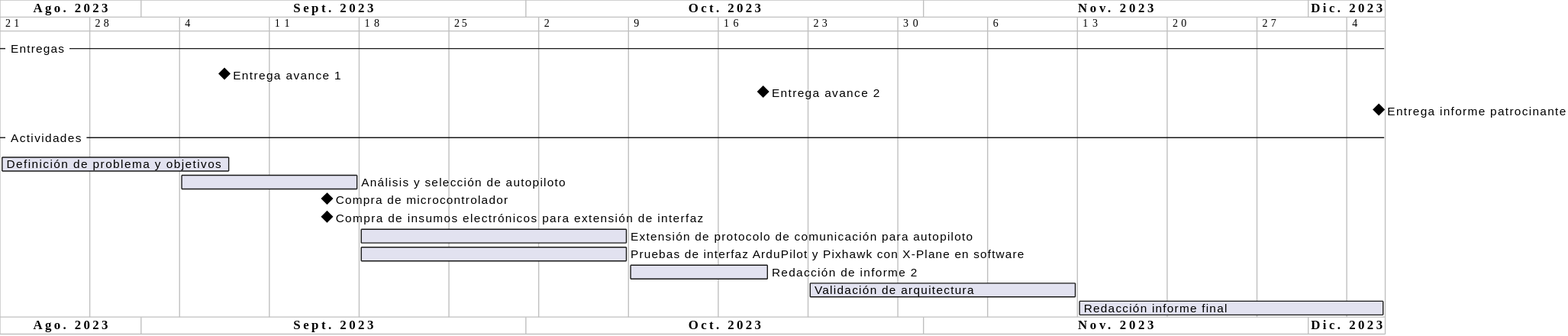
The PlantUML diagram img/gantt.svg in qgerman2/mt, before a commit. The source it was exported from:
```plantuml
@startgantt
Project starts 2023-08-21
language es
printscale weekly with calendar date zoom 3

-- Entregas --
[Entrega avance 1] happens at 2023-09-07
[Entrega avance 2] happens at 2023-10-19
[Entrega informe patrocinante] happens at 2023-12-06

-- Actividades --
[Definición de problema y objetivos] starts at D+0 and ends 2023-09-07
[Análisis y selección de autopiloto] starts at D+14 and lasts 2 weeks
[Compra de microcontrolador] happens at 2023-09-15
[Compra de insumos electrónicos para extensión de interfaz] happens at 2023-09-15
[Extensión de protocolo de comunicación para autopiloto] starts at D+28 and lasts 3 weeks
[Pruebas de interfaz ArduPilot y Pixhawk con X-Plane en software] starts at D+28 and lasts 3 weeks
[Redacción de informe 2] starts at 2023-10-09 and ends 2023-10-19
[Validación de arquitectura] starts at 2023-10-23 and lasts 3 weeks
[Redacción informe final] starts at 2023-11-13 and ends 2023-12-06

@endgantt
```
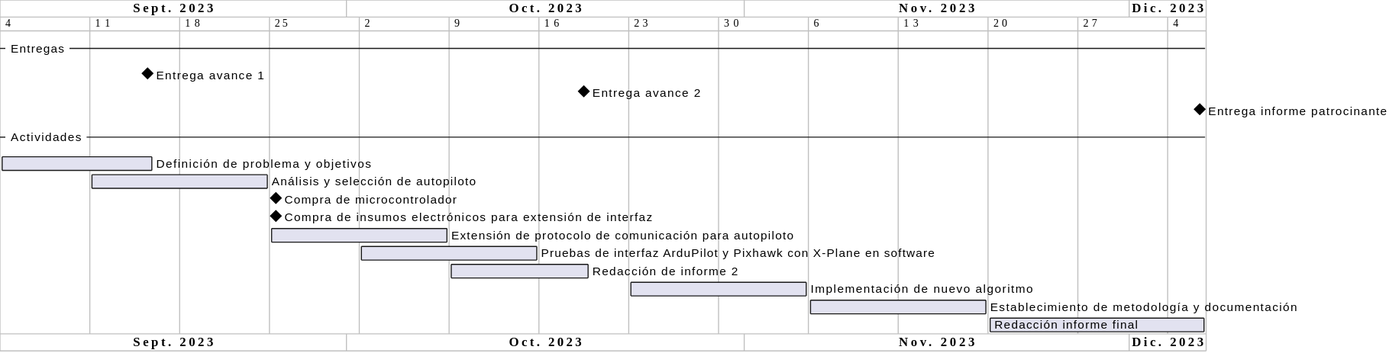
Later version of the same file.

What changed in the source:
```diff
@@ -1,22 +1,23 @@
 @startgantt
-Project starts 2023-08-21
+Project starts 2023-09-04
 language es
 printscale weekly with calendar date zoom 3
 
 -- Entregas --
-[Entrega avance 1] happens at 2023-09-07
+[Entrega avance 1] happens at 2023-09-15
 [Entrega avance 2] happens at 2023-10-19
 [Entrega informe patrocinante] happens at 2023-12-06
 
 -- Actividades --
-[Definición de problema y objetivos] starts at D+0 and ends 2023-09-07
-[Análisis y selección de autopiloto] starts at D+14 and lasts 2 weeks
-[Compra de microcontrolador] happens at 2023-09-15
-[Compra de insumos electrónicos para extensión de interfaz] happens at 2023-09-15
-[Extensión de protocolo de comunicación para autopiloto] starts at D+28 and lasts 3 weeks
-[Pruebas de interfaz ArduPilot y Pixhawk con X-Plane en software] starts at D+28 and lasts 3 weeks
+[Definición de problema y objetivos] starts at D+0 and ends 2023-09-15
+[Análisis y selección de autopiloto] starts at D+7 and lasts 2 weeks
+[Compra de microcontrolador] happens at 2023-09-25
+[Compra de insumos electrónicos para extensión de interfaz] happens at 2023-09-25
+[Extensión de protocolo de comunicación para autopiloto] starts at 2023-09-25 and lasts 2 weeks
+[Pruebas de interfaz ArduPilot y Pixhawk con X-Plane en software] starts at D+28 and lasts 2 weeks
 [Redacción de informe 2] starts at 2023-10-09 and ends 2023-10-19
-[Validación de arquitectura] starts at 2023-10-23 and lasts 3 weeks
-[Redacción informe final] starts at 2023-11-13 and ends 2023-12-06
+[Implementación de nuevo algoritmo] starts at 2023-10-23 and lasts 2 weeks
+[Establecimiento de metodología y documentación] starts at 2023-11-06 and lasts 2 weeks
+[Redacción informe final] starts at 2023-11-20 and ends 2023-12-06
 
 @endgantt
```
